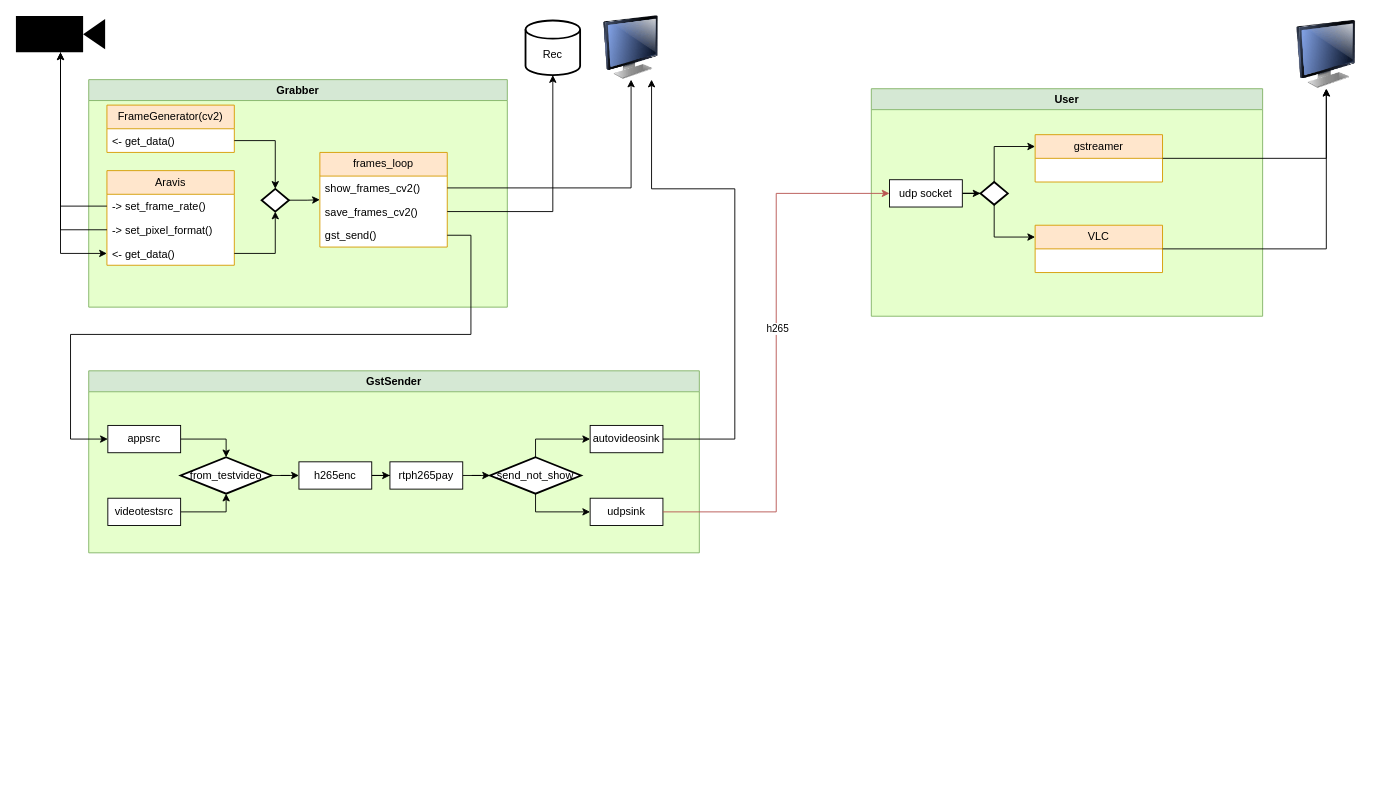
Before: doc/diagram.drawio in serbuh/gige_capture, a draw.io diagram. Source tidied: cells renumbered, new cells numbered last; positions are measured from the earlier drawing's top-left corner, leaving out a move shared by most shapes. Both pictures are drawn from the tidied source at 91%, with x=0, y=0 at pixel (15, 15).
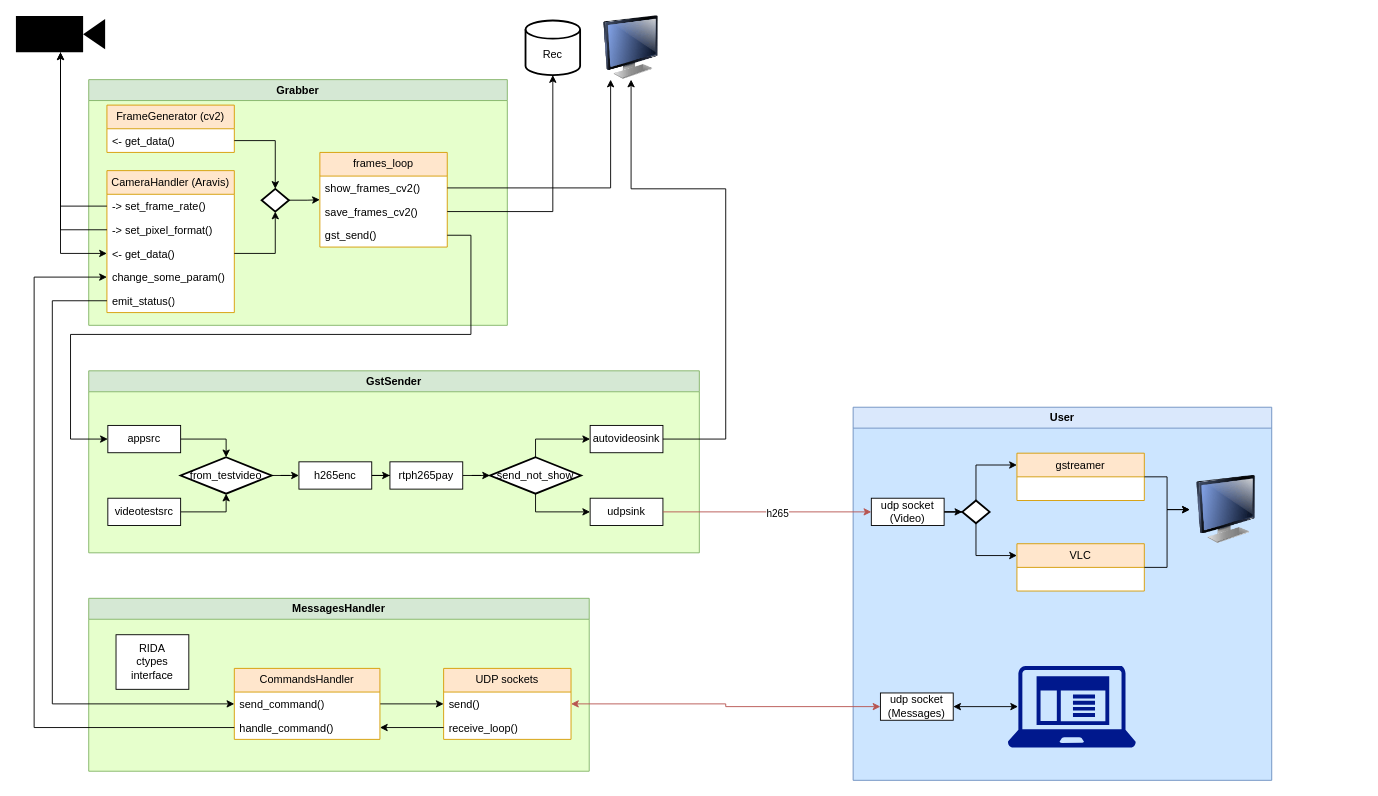
The same diagram, later.

Commit message (it also covers changes not shown here):
update diagram with messages handler

The change refers to these unchanged cells:
```xml
<mxCell id="14" value="show_frames_cv2()" style="text;strokeColor=none;fillColor=none;align=left;verticalAlign=top;spacingLeft=4;spacingRight=4;overflow=hidden;points=[[0,0.5],[1,0.5]];portConstraint=eastwest;whiteSpace=wrap;html=1;" parent="13" vertex="1">
  <mxGeometry y="26" width="140" height="26" as="geometry" />
</mxCell>
<mxCell id="25" value="gstreamer" style="swimlane;fontStyle=0;horizontal=1;startSize=26;fillColor=#ffe6cc;whiteSpace=wrap;html=1;strokeColor=#d79b00;swimlaneFillColor=default;" parent="20" vertex="1">
  <mxGeometry x="180" y="50.5" width="140" height="52" as="geometry" />
</mxCell>
<mxCell id="26" value="VLC" style="swimlane;fontStyle=0;horizontal=1;startSize=26;fillColor=#ffe6cc;whiteSpace=wrap;html=1;strokeColor=#d79b00;swimlaneFillColor=default;" parent="20" vertex="1">
  <mxGeometry x="180" y="150" width="140" height="52" as="geometry" />
</mxCell>
<mxCell id="30" style="image;html=1;image=img/lib/clip_art/computers/Monitor_128x128.png;" parent="1" vertex="1">
  <mxGeometry x="631" width="90" height="70" as="geometry" />
</mxCell>
<mxCell id="42" value="autovideosink" style="rounded=0;whiteSpace=wrap;html=1;" parent="34" vertex="1">
  <mxGeometry x="551" y="60" width="80" height="30" as="geometry" />
</mxCell>
```

The edit, as a diff of the source:
```diff
@@
     <mxCell id="2" value="Grabber" style="swimlane;whiteSpace=wrap;html=1;comic=0;noLabel=0;swimlaneFillColor=#E6FFCC;fillColor=#d5e8d4;strokeColor=#82b366;" parent="1" vertex="1">
-      <mxGeometry x="80" y="70" width="460" height="250" as="geometry" />
+      <mxGeometry x="80" y="70" width="460" height="270" as="geometry" />
     </mxCell>
-    <mxCell id="3" value="Aravis" style="swimlane;fontStyle=0;horizontal=1;startSize=26;fillColor=#ffe6cc;whiteSpace=wrap;html=1;strokeColor=#d79b00;swimlaneFillColor=default;" parent="2" vertex="1">
-      <mxGeometry x="20" y="100" width="140" height="104" as="geometry" />
+    <mxCell id="3" value="CameraHandler (Aravis)" style="swimlane;fontStyle=0;horizontal=1;startSize=26;fillColor=#ffe6cc;whiteSpace=wrap;html=1;strokeColor=#d79b00;swimlaneFillColor=default;" parent="2" vertex="1">
+      <mxGeometry x="20" y="100" width="140" height="156" as="geometry" />
     </mxCell>
@@
+    <mxCell id="56" value="change_some_param()" style="text;strokeColor=none;fillColor=none;align=left;verticalAlign=top;spacingLeft=4;spacingRight=4;overflow=hidden;points=[[0,0.5],[1,0.5]];portConstraint=eastwest;whiteSpace=wrap;html=1;" parent="3" vertex="1">
+      <mxGeometry y="104" width="140" height="26" as="geometry" />
+    </mxCell>
+    <mxCell id="57" value="emit_status()" style="text;strokeColor=none;fillColor=none;align=left;verticalAlign=top;spacingLeft=4;spacingRight=4;overflow=hidden;points=[[0,0.5],[1,0.5]];portConstraint=eastwest;whiteSpace=wrap;html=1;" parent="3" vertex="1">
+      <mxGeometry y="130" width="140" height="26" as="geometry" />
+    </mxCell>
-    <mxCell id="7" value="FrameGenerator(cv2)" style="swimlane;fontStyle=0;horizontal=1;startSize=26;fillColor=#ffe6cc;whiteSpace=wrap;html=1;strokeColor=#d79b00;swimlaneFillColor=default;" parent="2" vertex="1">
+    <mxCell id="7" value="FrameGenerator (cv2)" style="swimlane;fontStyle=0;horizontal=1;startSize=26;fillColor=#ffe6cc;whiteSpace=wrap;html=1;strokeColor=#d79b00;swimlaneFillColor=default;" parent="2" vertex="1">
       <mxGeometry x="20" y="28" width="140" height="52" as="geometry" />
     </mxCell>
@@
+    <mxCell id="58" value="MessagesHandler" style="swimlane;whiteSpace=wrap;html=1;comic=0;noLabel=0;swimlaneFillColor=#E6FFCC;fillColor=#d5e8d4;strokeColor=#82b366;" parent="1" vertex="1">
+      <mxGeometry x="80" y="640" width="550" height="190" as="geometry" />
+    </mxCell>
+    <mxCell id="59" value="RIDA&lt;br&gt;ctypes&lt;br&gt;interface" style="rounded=0;whiteSpace=wrap;html=1;" parent="58" vertex="1">
+      <mxGeometry x="30" y="40" width="80" height="60" as="geometry" />
+    </mxCell>
+    <mxCell id="60" value="UDP sockets" style="swimlane;fontStyle=0;horizontal=1;startSize=26;fillColor=#ffe6cc;whiteSpace=wrap;html=1;strokeColor=#d79b00;swimlaneFillColor=default;" parent="58" vertex="1">
+      <mxGeometry x="390" y="77" width="140" height="78" as="geometry" />
+    </mxCell>
+    <mxCell id="61" value="send()" style="text;strokeColor=none;fillColor=none;align=left;verticalAlign=top;spacingLeft=4;spacingRight=4;overflow=hidden;points=[[0,0.5],[1,0.5]];portConstraint=eastwest;whiteSpace=wrap;html=1;" parent="60" vertex="1">
+      <mxGeometry y="26" width="140" height="26" as="geometry" />
+    </mxCell>
+    <mxCell id="62" value="receive_loop()" style="text;strokeColor=none;fillColor=none;align=left;verticalAlign=top;spacingLeft=4;spacingRight=4;overflow=hidden;points=[[0,0.5],[1,0.5]];portConstraint=eastwest;whiteSpace=wrap;html=1;" parent="60" vertex="1">
+      <mxGeometry y="52" width="140" height="26" as="geometry" />
+    </mxCell>
+    <mxCell id="63" style="edgeStyle=orthogonalEdgeStyle;rounded=0;jettySize=auto;html=1;entryX=0;entryY=0.5;entryDx=0;entryDy=0;" parent="58" edge="1" source="64" target="61">
+      <mxGeometry relative="1" as="geometry" />
+    </mxCell>
+    <mxCell id="64" value="CommandsHandler" style="swimlane;fontStyle=0;horizontal=1;startSize=26;fillColor=#ffe6cc;whiteSpace=wrap;html=1;strokeColor=#d79b00;swimlaneFillColor=default;" parent="58" vertex="1">
+      <mxGeometry x="160" y="77" width="160" height="78" as="geometry" />
+    </mxCell>
+    <mxCell id="65" value="send_command()" style="text;strokeColor=none;fillColor=none;align=left;verticalAlign=top;spacingLeft=4;spacingRight=4;overflow=hidden;points=[[0,0.5],[1,0.5]];portConstraint=eastwest;whiteSpace=wrap;html=1;" parent="64" vertex="1">
+      <mxGeometry y="26" width="160" height="26" as="geometry" />
+    </mxCell>
+    <mxCell id="66" value="handle_command()" style="text;strokeColor=none;fillColor=none;align=left;verticalAlign=top;spacingLeft=4;spacingRight=4;overflow=hidden;points=[[0,0.5],[1,0.5]];portConstraint=eastwest;whiteSpace=wrap;html=1;" parent="64" vertex="1">
+      <mxGeometry y="52" width="160" height="26" as="geometry" />
+    </mxCell>
+    <mxCell id="67" style="edgeStyle=orthogonalEdgeStyle;rounded=0;jettySize=auto;html=1;entryX=1;entryY=0.5;entryDx=0;entryDy=0;" parent="58" edge="1" source="62" target="66">
+      <mxGeometry relative="1" as="geometry" />
+    </mxCell>
@@
-    <mxCell id="19" style="image;html=1;image=img/lib/clip_art/computers/Monitor_128x128.png;align=center;verticalAlign=top;" parent="1" vertex="1">
-      <mxGeometry x="1400" y="5" width="80" height="75" as="geometry" />
-    </mxCell>
-    <mxCell id="20" value="User" style="swimlane;whiteSpace=wrap;html=1;comic=0;noLabel=0;swimlaneFillColor=#E6FFCC;fillColor=#d5e8d4;strokeColor=#82b366;" parent="1" vertex="1">
-      <mxGeometry x="940" y="80" width="430" height="250" as="geometry" />
+    <mxCell id="20" value="User" style="swimlane;whiteSpace=wrap;html=1;comic=0;noLabel=0;swimlaneFillColor=#CCE5FF;fillColor=#dae8fc;strokeColor=#6c8ebf;" parent="1" vertex="1">
+      <mxGeometry x="920" y="430" width="460" height="410" as="geometry" />
     </mxCell>
@@
-    <mxCell id="24" value="udp socket" style="rounded=0;whiteSpace=wrap;html=1;" parent="20" vertex="1">
+    <mxCell id="24" value="udp socket&lt;br&gt;(Video)" style="rounded=0;whiteSpace=wrap;html=1;" parent="20" vertex="1">
       <mxGeometry x="20" y="100" width="80" height="30" as="geometry" />
     </mxCell>
@@
+    <mxCell id="68" style="sketch=0;shadow=0;dashed=0;html=1;strokeColor=none;labelPosition=center;verticalLabelPosition=bottom;verticalAlign=top;align=center;fillColor=#00188D;shape=mxgraph.mscae.enterprise.client_application;" parent="20" vertex="1">
+      <mxGeometry x="170" y="284" width="140.6" height="90" as="geometry" />
+    </mxCell>
+    <mxCell id="69" style="edgeStyle=orthogonalEdgeStyle;rounded=0;jettySize=auto;html=1;entryX=0.08;entryY=0.5;entryDx=0;entryDy=0;entryPerimeter=0;startArrow=classic;startFill=1;" parent="20" edge="1" source="70" target="68">
+      <mxGeometry relative="1" as="geometry" />
+    </mxCell>
+    <mxCell id="70" value="udp socket&lt;br&gt;(Messages)" style="rounded=0;whiteSpace=wrap;html=1;" parent="20" vertex="1">
+      <mxGeometry x="30" y="314" width="80" height="30" as="geometry" />
+    </mxCell>
+    <mxCell id="19" style="image;html=1;image=img/lib/clip_art/computers/Monitor_128x128.png;align=center;verticalAlign=top;" parent="20" vertex="1">
+      <mxGeometry x="370" y="75" width="80" height="75" as="geometry" />
+    </mxCell>
+    <mxCell id="53" style="edgeStyle=orthogonalEdgeStyle;rounded=0;jettySize=auto;html=1;" parent="20" edge="1" source="26" target="19">
+      <mxGeometry relative="1" as="geometry" />
+    </mxCell>
+    <mxCell id="52" style="edgeStyle=orthogonalEdgeStyle;rounded=0;jettySize=auto;html=1;" parent="20" edge="1" source="25" target="19">
+      <mxGeometry relative="1" as="geometry" />
+    </mxCell>
@@
-    <mxCell id="31" style="edgeStyle=orthogonalEdgeStyle;rounded=0;jettySize=auto;html=1;" parent="1" edge="1" source="14" target="30">
+    <mxCell id="31" style="edgeStyle=orthogonalEdgeStyle;rounded=0;jettySize=auto;html=1;entryX=0.25;entryY=1;entryDx=0;entryDy=0;" parent="1" edge="1" source="14" target="30">
       <mxGeometry relative="1" as="geometry" />
     </mxCell>
@@
-    <mxCell id="51" style="edgeStyle=orthogonalEdgeStyle;rounded=0;jettySize=auto;html=1;entryX=0.75;entryY=1;entryDx=0;entryDy=0;" parent="1" edge="1" source="42" target="30">
+    <mxCell id="51" style="edgeStyle=orthogonalEdgeStyle;rounded=0;jettySize=auto;html=1;entryX=0.5;entryY=1;entryDx=0;entryDy=0;" parent="1" edge="1" source="42" target="30">
       <mxGeometry relative="1" as="geometry">
         <Array as="points">
-          <mxPoint x="790" y="465" />
-          <mxPoint x="790" y="190" />
-          <mxPoint x="699" y="190" />
+          <mxPoint x="780" y="465" />
+          <mxPoint x="780" y="190" />
+          <mxPoint x="676" y="190" />
         </Array>
       </mxGeometry>
     </mxCell>
-    <mxCell id="52" style="edgeStyle=orthogonalEdgeStyle;rounded=0;jettySize=auto;html=1;entryX=0.5;entryY=1;entryDx=0;entryDy=0;" parent="1" edge="1" source="25" target="19">
-      <mxGeometry relative="1" as="geometry" />
-    </mxCell>
-    <mxCell id="53" style="edgeStyle=orthogonalEdgeStyle;rounded=0;jettySize=auto;html=1;entryX=0.5;entryY=1;entryDx=0;entryDy=0;" parent="1" edge="1" source="26" target="19">
-      <mxGeometry relative="1" as="geometry" />
-    </mxCell>
@@
+    <mxCell id="71" style="edgeStyle=orthogonalEdgeStyle;rounded=0;jettySize=auto;html=1;entryX=0;entryY=0.5;entryDx=0;entryDy=0;startArrow=classic;startFill=1;fillColor=#f8cecc;strokeColor=#b85450;" parent="1" edge="1" source="61" target="70">
+      <mxGeometry relative="1" as="geometry" />
+    </mxCell>
+    <mxCell id="72" style="edgeStyle=orthogonalEdgeStyle;rounded=0;jettySize=auto;html=1;entryX=0;entryY=0.5;entryDx=0;entryDy=0;exitX=0;exitY=0.5;exitDx=0;exitDy=0;" parent="1" edge="1" source="66" target="56">
+      <mxGeometry relative="1" as="geometry">
+        <Array as="points">
+          <mxPoint x="20" y="782" />
+          <mxPoint x="20" y="287" />
+        </Array>
+      </mxGeometry>
+    </mxCell>
+    <mxCell id="73" style="edgeStyle=orthogonalEdgeStyle;rounded=0;jettySize=auto;html=1;entryX=0;entryY=0.5;entryDx=0;entryDy=0;" parent="1" edge="1" source="57" target="65">
+      <mxGeometry relative="1" as="geometry">
+        <Array as="points">
+          <mxPoint x="40" y="313" />
+          <mxPoint x="40" y="756" />
+        </Array>
+      </mxGeometry>
+    </mxCell>
```
